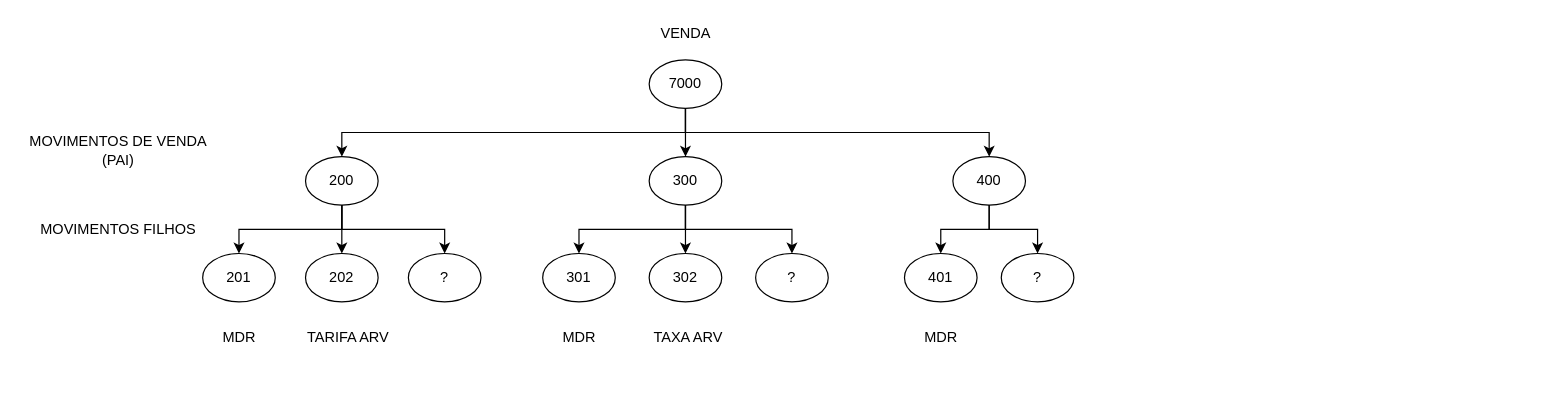
Earlier version of the draw.io diagram Untitled Diagram.drawio (igoramorim/aws). Source tidied: cells renumbered, new cells numbered last; positions are measured from the earlier drawing's top-left corner, leaving out a move shared by most shapes. Both pictures are drawn from the tidied source at 121%, with x=0, y=0 at pixel (21, 21).
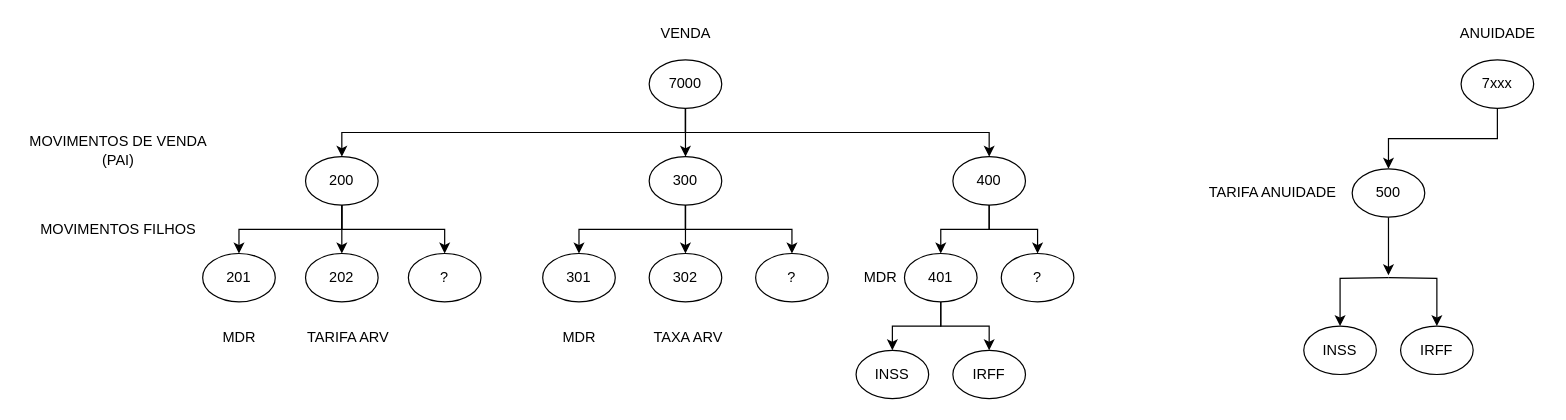
The same diagram, later.

The change refers to these unchanged cells:
```xml
<mxCell id="21" value="401" style="ellipse;whiteSpace=wrap;html=1;" parent="1" vertex="1">
  <mxGeometry x="730" y="192" width="60" height="40" as="geometry" />
</mxCell>
```

What changed in the source:
```diff
@@
+    <mxCell id="33" style="edgeStyle=orthogonalEdgeStyle;rounded=0;jettySize=auto;html=1;exitX=0.5;exitY=1;exitDx=0;exitDy=0;entryX=0.5;entryY=0;entryDx=0;entryDy=0;" parent="1" edge="1" source="21" target="35">
+      <mxGeometry relative="1" as="geometry" />
+    </mxCell>
+    <mxCell id="34" style="edgeStyle=orthogonalEdgeStyle;rounded=0;jettySize=auto;html=1;exitX=0.5;exitY=1;exitDx=0;exitDy=0;entryX=0.5;entryY=0;entryDx=0;entryDy=0;" parent="1" edge="1" source="21" target="36">
+      <mxGeometry relative="1" as="geometry" />
+    </mxCell>
@@
     <mxCell id="27" value="MDR" style="text;html=1;align=center;verticalAlign=middle;" parent="1" vertex="1">
-      <mxGeometry x="740" y="252" width="40" height="20" as="geometry" />
+      <mxGeometry x="690" y="202" width="40" height="20" as="geometry" />
     </mxCell>
@@
+    <mxCell id="35" value="INSS" style="ellipse;whiteSpace=wrap;html=1;" parent="1" vertex="1">
+      <mxGeometry x="690" y="272" width="60" height="40" as="geometry" />
+    </mxCell>
+    <mxCell id="36" value="IRFF" style="ellipse;whiteSpace=wrap;html=1;" parent="1" vertex="1">
+      <mxGeometry x="770" y="272" width="60" height="40" as="geometry" />
+    </mxCell>
+    <mxCell id="37" style="edgeStyle=orthogonalEdgeStyle;rounded=0;jettySize=auto;html=1;exitX=0.5;exitY=1;exitDx=0;exitDy=0;entryX=0.5;entryY=0;entryDx=0;entryDy=0;" parent="1" edge="1" source="38" target="41">
+      <mxGeometry relative="1" as="geometry" />
+    </mxCell>
+    <mxCell id="38" value="7xxx" style="ellipse;whiteSpace=wrap;html=1;" parent="1" vertex="1">
+      <mxGeometry x="1190" y="32" width="60" height="40" as="geometry" />
+    </mxCell>
+    <mxCell id="39" value="ANUIDADE" style="text;html=1;align=center;verticalAlign=middle;" parent="1" vertex="1">
+      <mxGeometry x="1180" width="80" height="20" as="geometry" />
+    </mxCell>
+    <mxCell id="40" style="edgeStyle=orthogonalEdgeStyle;rounded=0;jettySize=auto;html=1;exitX=0.5;exitY=1;exitDx=0;exitDy=0;" parent="1" edge="1" source="41">
+      <mxGeometry relative="1" as="geometry">
+        <mxPoint x="1130" y="210" as="targetPoint" />
+      </mxGeometry>
+    </mxCell>
+    <mxCell id="41" value="500" style="ellipse;whiteSpace=wrap;html=1;" parent="1" vertex="1">
+      <mxGeometry x="1100" y="122" width="60" height="40" as="geometry" />
+    </mxCell>
+    <mxCell id="42" style="edgeStyle=orthogonalEdgeStyle;rounded=0;jettySize=auto;html=1;exitX=0.5;exitY=1;exitDx=0;exitDy=0;entryX=0.5;entryY=0;entryDx=0;entryDy=0;" parent="1" edge="1" target="45">
+      <mxGeometry relative="1" as="geometry">
+        <mxPoint x="1130" y="212" as="sourcePoint" />
+      </mxGeometry>
+    </mxCell>
+    <mxCell id="43" style="edgeStyle=orthogonalEdgeStyle;rounded=0;jettySize=auto;html=1;exitX=0.5;exitY=1;exitDx=0;exitDy=0;entryX=0.5;entryY=0;entryDx=0;entryDy=0;" parent="1" edge="1" target="46">
+      <mxGeometry relative="1" as="geometry">
+        <mxPoint x="1130" y="212" as="sourcePoint" />
+      </mxGeometry>
+    </mxCell>
+    <mxCell id="44" value="TARIFA ANUIDADE" style="text;html=1;align=center;verticalAlign=middle;" parent="1" vertex="1">
+      <mxGeometry x="974" y="132" width="120" height="20" as="geometry" />
+    </mxCell>
+    <mxCell id="45" value="INSS" style="ellipse;whiteSpace=wrap;html=1;" parent="1" vertex="1">
+      <mxGeometry x="1060" y="252" width="60" height="40" as="geometry" />
+    </mxCell>
+    <mxCell id="46" value="IRFF" style="ellipse;whiteSpace=wrap;html=1;" parent="1" vertex="1">
+      <mxGeometry x="1140" y="252" width="60" height="40" as="geometry" />
+    </mxCell>
```
